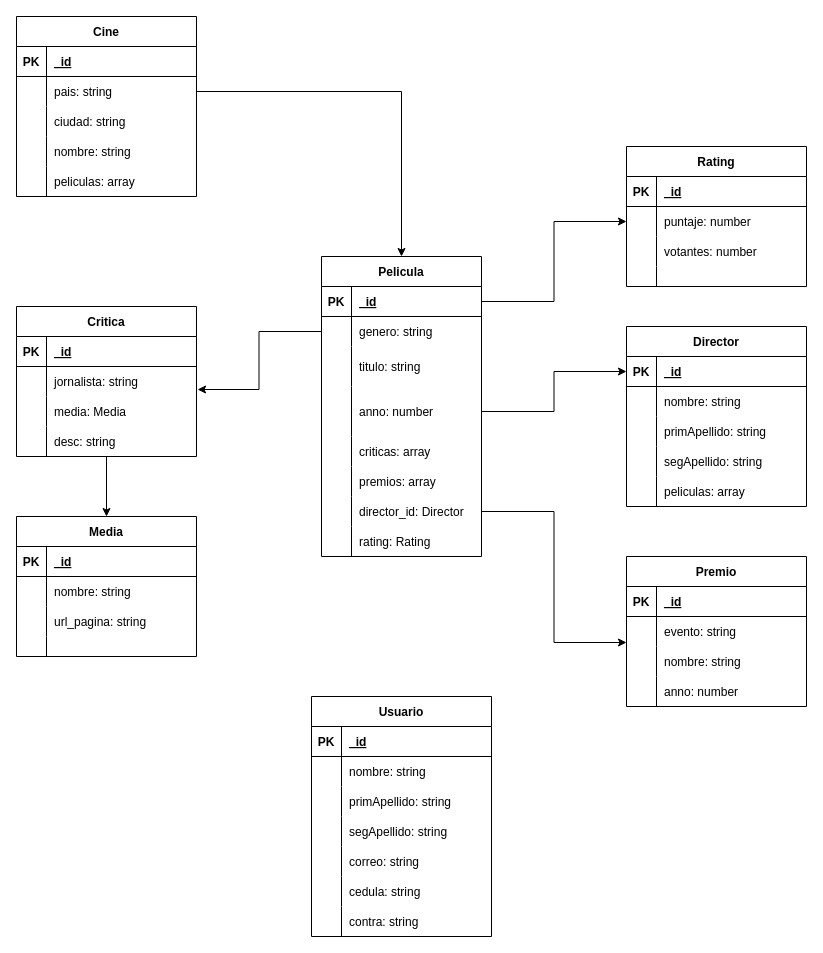
Above: diagrama/diagrama.drawio in GaboSO21/ProyectoNoSQL (draw.io), before the change. Source tidied: cells renumbered, new cells numbered last; positions are measured from the earlier drawing's top-left corner, leaving out a move shared by most shapes. Both pictures are drawn from the tidied source at 100%, with x=0, y=0 at pixel (16, 16).
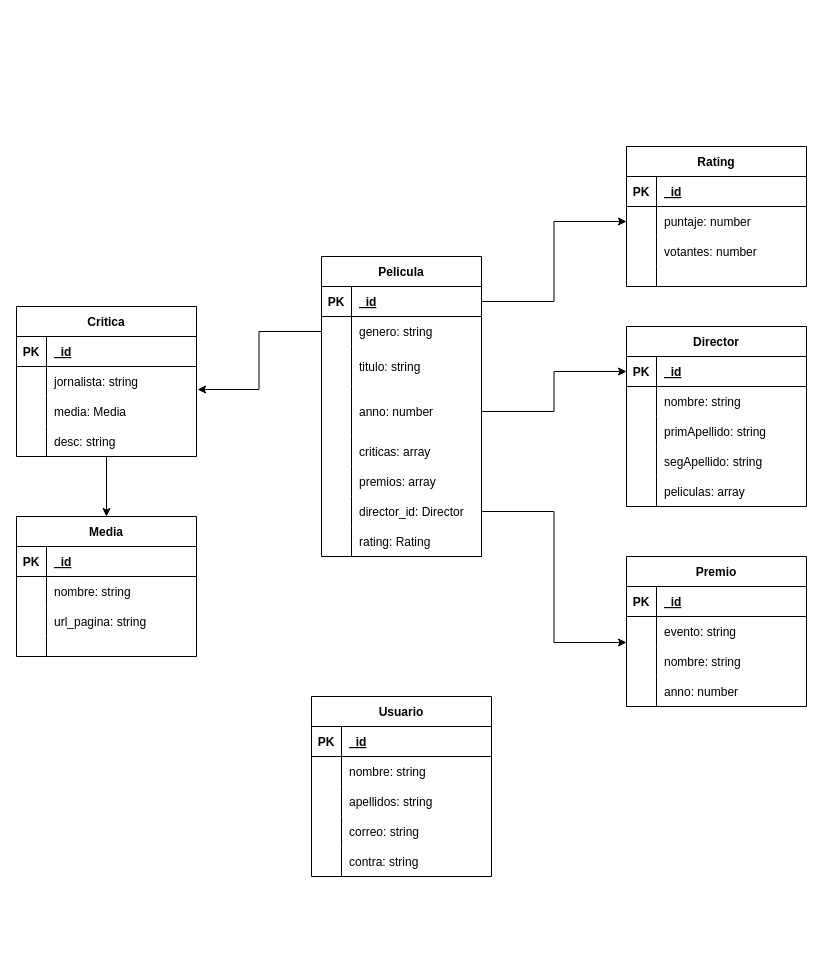
After the change.

Unchanged cells that the change refers to:
```xml
<mxCell id="2" value="Pelicula" style="shape=table;startSize=30;childLayout=tableLayout;rowLines=0;fontStyle=1;align=center;" parent="1" vertex="1">
  <mxGeometry x="305" y="240" width="160" height="300" as="geometry" />
</mxCell>
```

What changed in the source:
```diff
@@
-    <mxCell id="96" value="Cine" style="shape=table;startSize=30;childLayout=tableLayout;rowLines=0;fontStyle=1;align=center;" parent="1" vertex="1">
-      <mxGeometry width="180" height="180" as="geometry" />
-    </mxCell>
-    <mxCell id="97" style="shape=tableRow;horizontal=0;startSize=0;swimlaneHead=0;swimlaneBody=0;fillColor=none;top=0;left=0;right=0;bottom=1;" parent="96" vertex="1">
-      <mxGeometry y="30" width="180" height="30" as="geometry" />
-    </mxCell>
-    <mxCell id="98" value="PK" style="shape=partialRectangle;fillColor=none;top=0;left=0;bottom=0;right=0;fontStyle=1;overflow=hidden;" parent="97" vertex="1">
-      <mxGeometry width="30" height="30" as="geometry" />
-    </mxCell>
-    <mxCell id="99" value="_id" style="shape=partialRectangle;fillColor=none;top=0;left=0;bottom=0;right=0;align=left;spacingLeft=6;fontStyle=5;overflow=hidden;" parent="97" vertex="1">
-      <mxGeometry x="30" width="150" height="30" as="geometry" />
-    </mxCell>
-    <mxCell id="100" style="shape=tableRow;horizontal=0;startSize=0;swimlaneHead=0;swimlaneBody=0;fillColor=none;points=[[0,0.5],[1,0.5]];portConstraint=eastwest;top=0;left=0;right=0;bottom=0;" parent="96" vertex="1">
-      <mxGeometry y="60" width="180" height="30" as="geometry" />
-    </mxCell>
-    <mxCell id="101" style="shape=partialRectangle;fillColor=none;top=0;left=0;bottom=0;right=0;overflow=hidden;" parent="100" vertex="1">
-      <mxGeometry width="30" height="30" as="geometry" />
-    </mxCell>
-    <mxCell id="102" value="pais: string" style="shape=partialRectangle;fillColor=none;top=0;left=0;bottom=0;right=0;align=left;spacingLeft=6;overflow=hidden;" parent="100" vertex="1">
-      <mxGeometry x="30" width="150" height="30" as="geometry" />
-    </mxCell>
-    <mxCell id="103" style="shape=tableRow;horizontal=0;startSize=0;swimlaneHead=0;swimlaneBody=0;fillColor=none;top=0;left=0;right=0;bottom=0;" parent="96" vertex="1">
-      <mxGeometry y="90" width="180" height="30" as="geometry" />
-    </mxCell>
-    <mxCell id="104" style="shape=partialRectangle;fillColor=none;top=0;left=0;bottom=0;right=0;overflow=hidden;" parent="103" vertex="1">
-      <mxGeometry width="30" height="30" as="geometry" />
-    </mxCell>
-    <mxCell id="105" value="ciudad: string" style="shape=partialRectangle;fillColor=none;top=0;left=0;bottom=0;right=0;align=left;spacingLeft=6;overflow=hidden;" parent="103" vertex="1">
-      <mxGeometry x="30" width="150" height="30" as="geometry" />
-    </mxCell>
-    <mxCell id="106" style="shape=tableRow;horizontal=0;startSize=0;swimlaneHead=0;swimlaneBody=0;fillColor=none;top=0;left=0;right=0;bottom=0;" parent="96" vertex="1">
-      <mxGeometry y="120" width="180" height="30" as="geometry" />
-    </mxCell>
-    <mxCell id="107" style="shape=partialRectangle;fillColor=none;top=0;left=0;bottom=0;right=0;overflow=hidden;" parent="106" vertex="1">
-      <mxGeometry width="30" height="30" as="geometry" />
-    </mxCell>
-    <mxCell id="108" value="nombre: string" style="shape=partialRectangle;fillColor=none;top=0;left=0;bottom=0;right=0;align=left;spacingLeft=6;overflow=hidden;" parent="106" vertex="1">
-      <mxGeometry x="30" width="150" height="30" as="geometry" />
-    </mxCell>
-    <mxCell id="109" style="shape=tableRow;horizontal=0;startSize=0;swimlaneHead=0;swimlaneBody=0;fillColor=none;top=0;left=0;right=0;bottom=0;" parent="96" vertex="1">
-      <mxGeometry y="150" width="180" height="30" as="geometry" />
-    </mxCell>
-    <mxCell id="110" style="shape=partialRectangle;fillColor=none;top=0;left=0;bottom=0;right=0;overflow=hidden;" parent="109" vertex="1">
-      <mxGeometry width="30" height="30" as="geometry" />
-    </mxCell>
-    <mxCell id="111" value="peliculas: array" style="shape=partialRectangle;fillColor=none;top=0;left=0;bottom=0;right=0;align=left;spacingLeft=6;overflow=hidden;" parent="109" vertex="1">
-      <mxGeometry x="30" width="150" height="30" as="geometry" />
-    </mxCell>
-    <mxCell id="112" style="edgeStyle=orthogonalEdgeStyle;rounded=0;jettySize=auto;html=1;entryX=0.5;entryY=0;entryDx=0;entryDy=0;" parent="1" edge="1" source="100" target="2">
-      <mxGeometry relative="1" as="geometry" />
-    </mxCell>
@@
     <mxCell id="117" value="Usuario" style="shape=table;startSize=30;childLayout=tableLayout;rowLines=0;fontStyle=1;align=center;" parent="1" vertex="1">
-      <mxGeometry x="295" y="680" width="180" height="240" as="geometry" />
+      <mxGeometry x="295" y="680" width="180" height="180" as="geometry" />
     </mxCell>
@@
-    <mxCell id="124" style="shape=tableRow;horizontal=0;startSize=0;swimlaneHead=0;swimlaneBody=0;fillColor=none;top=0;left=0;right=0;bottom=0;" parent="117" vertex="1">
-      <mxGeometry y="90" width="180" height="30" as="geometry" />
-    </mxCell>
-    <mxCell id="125" style="shape=partialRectangle;fillColor=none;top=0;left=0;bottom=0;right=0;overflow=hidden;" parent="124" vertex="1">
-      <mxGeometry width="30" height="30" as="geometry" />
-    </mxCell>
-    <mxCell id="126" value="primApellido: string" style="shape=partialRectangle;fillColor=none;top=0;left=0;bottom=0;right=0;align=left;spacingLeft=6;overflow=hidden;" parent="124" vertex="1">
-      <mxGeometry x="30" width="150" height="30" as="geometry" />
-    </mxCell>
     <mxCell id="127" style="shape=tableRow;horizontal=0;startSize=0;swimlaneHead=0;swimlaneBody=0;fillColor=none;top=0;left=0;right=0;bottom=0;" parent="117" vertex="1">
-      <mxGeometry y="120" width="180" height="30" as="geometry" />
+      <mxGeometry y="90" width="180" height="30" as="geometry" />
     </mxCell>
@@
-    <mxCell id="129" value="segApellido: string" style="shape=partialRectangle;fillColor=none;top=0;left=0;bottom=0;right=0;align=left;spacingLeft=6;overflow=hidden;" parent="127" vertex="1">
+    <mxCell id="129" value="apellidos: string" style="shape=partialRectangle;fillColor=none;top=0;left=0;bottom=0;right=0;align=left;spacingLeft=6;overflow=hidden;" parent="127" vertex="1">
       <mxGeometry x="30" width="150" height="30" as="geometry" />
     </mxCell>
     <mxCell id="130" style="shape=tableRow;horizontal=0;startSize=0;swimlaneHead=0;swimlaneBody=0;fillColor=none;top=0;left=0;right=0;bottom=0;" parent="117" vertex="1">
-      <mxGeometry y="150" width="180" height="30" as="geometry" />
+      <mxGeometry y="120" width="180" height="30" as="geometry" />
     </mxCell>
@@
-    <mxCell id="133" style="shape=tableRow;horizontal=0;startSize=0;swimlaneHead=0;swimlaneBody=0;fillColor=none;top=0;left=0;right=0;bottom=0;" parent="117" vertex="1">
-      <mxGeometry y="180" width="180" height="30" as="geometry" />
-    </mxCell>
-    <mxCell id="134" style="shape=partialRectangle;fillColor=none;top=0;left=0;bottom=0;right=0;overflow=hidden;" parent="133" vertex="1">
-      <mxGeometry width="30" height="30" as="geometry" />
-    </mxCell>
-    <mxCell id="135" value="cedula: string" style="shape=partialRectangle;fillColor=none;top=0;left=0;bottom=0;right=0;align=left;spacingLeft=6;overflow=hidden;" parent="133" vertex="1">
-      <mxGeometry x="30" width="150" height="30" as="geometry" />
-    </mxCell>
     <mxCell id="136" style="shape=tableRow;horizontal=0;startSize=0;swimlaneHead=0;swimlaneBody=0;fillColor=none;top=0;left=0;right=0;bottom=0;" parent="117" vertex="1">
-      <mxGeometry y="210" width="180" height="30" as="geometry" />
+      <mxGeometry y="150" width="180" height="30" as="geometry" />
     </mxCell>
```
